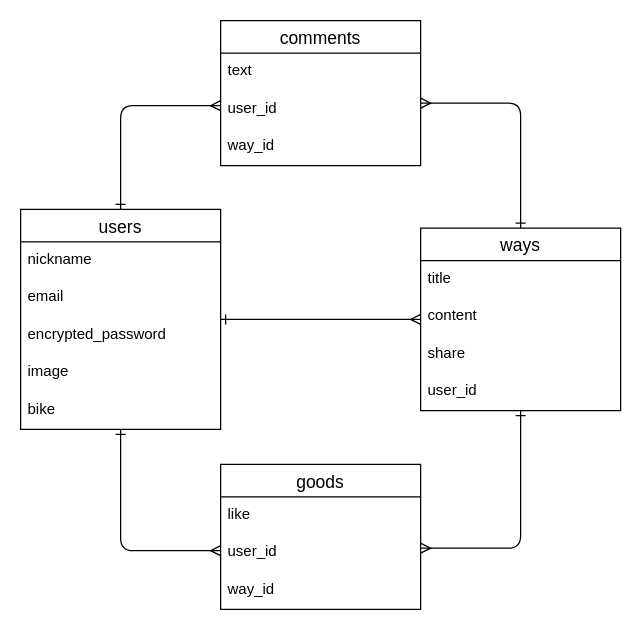
Before: ER.dio in ryutanishioka/rootshare, a draw.io diagram. Source tidied: cells renumbered, new cells numbered last; positions are measured from the earlier drawing's top-left corner, leaving out a move shared by most shapes. Both pictures are drawn from the tidied source at 125%, with x=0, y=0 at pixel (20, 20).
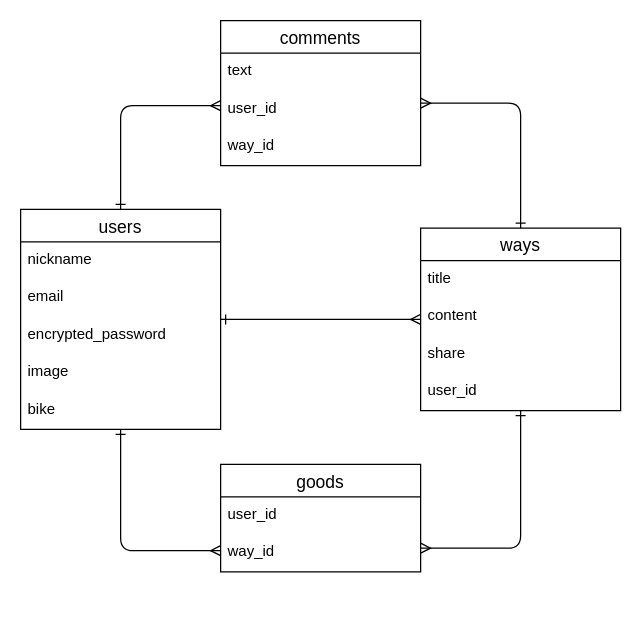
After the change.

The edit, as a diff of the source:
```diff
@@
     <mxCell id="2" value="goods" style="swimlane;fontStyle=0;horizontal=1;startSize=26;align=center;fontSize=14;" parent="1" vertex="1">
-      <mxGeometry x="160" y="355" width="160" height="116" as="geometry" />
+      <mxGeometry x="160" y="355" width="160" height="86" as="geometry" />
     </mxCell>
-    <mxCell id="3" value="like" style="text;strokeColor=none;fillColor=none;spacingLeft=4;spacingRight=4;overflow=hidden;fontSize=12;" parent="2" vertex="1">
-      <mxGeometry y="26" width="160" height="30" as="geometry" />
-    </mxCell>
     <mxCell id="4" value="user_id" style="text;strokeColor=none;fillColor=none;spacingLeft=4;spacingRight=4;overflow=hidden;fontSize=12;" parent="2" vertex="1">
-      <mxGeometry y="56" width="160" height="30" as="geometry" />
+      <mxGeometry y="26" width="160" height="30" as="geometry" />
     </mxCell>
     <mxCell id="5" value="way_id" style="text;strokeColor=none;fillColor=none;spacingLeft=4;spacingRight=4;overflow=hidden;fontSize=12;" parent="2" vertex="1">
-      <mxGeometry y="86" width="160" height="30" as="geometry" />
+      <mxGeometry y="56" width="160" height="30" as="geometry" />
     </mxCell>
```
